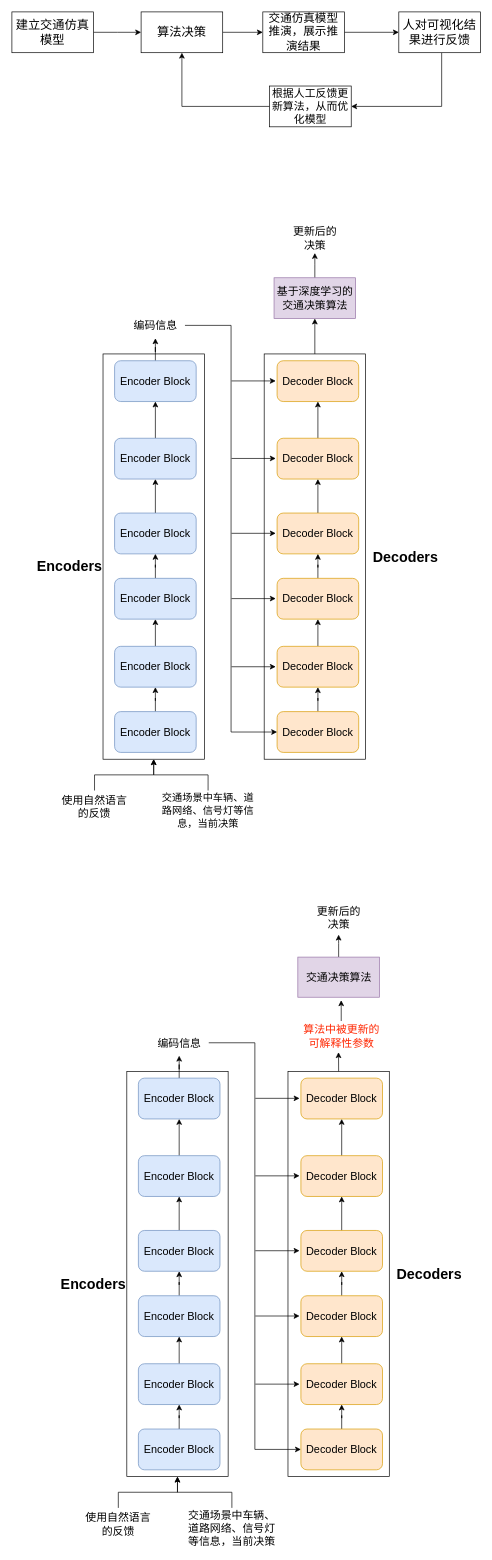
Before: transformer+traffic_predict.drawio in lmqqqqqq/drawio, a draw.io diagram. Source tidied: cells renumbered, new cells numbered last; positions are measured from the earlier drawing's top-left corner, leaving out a move shared by most shapes. Both pictures are drawn from the tidied source at 68%, with x=0, y=0 at pixel (12, 12).
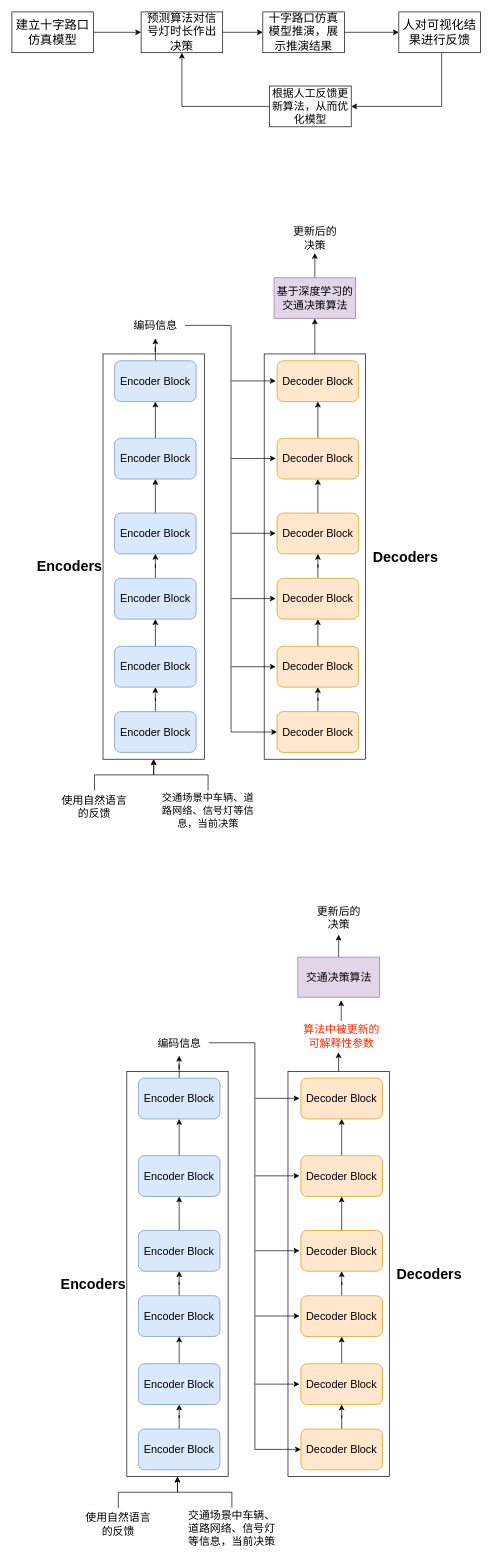
The same page after the edit.

The edit, as a diff of the source:
```diff
@@
-    <mxCell id="3" value="&lt;font style=&quot;font-size: 18px;&quot;&gt;建立交通仿真模型&lt;/font&gt;" style="rounded=0;whiteSpace=wrap;html=1;" parent="1" vertex="1">
+    <mxCell id="3" value="&lt;font style=&quot;font-size: 18px;&quot;&gt;建立十字路口仿真模型&lt;/font&gt;" style="rounded=0;whiteSpace=wrap;html=1;" parent="1" vertex="1">
       <mxGeometry width="120" height="60" as="geometry" />
     </mxCell>
@@
-    <mxCell id="5" value="&lt;font style=&quot;font-size: 18px;&quot;&gt;算法决策&lt;/font&gt;" style="rounded=0;whiteSpace=wrap;html=1;" parent="1" vertex="1">
+    <mxCell id="5" value="&lt;font style=&quot;font-size: 17px;&quot;&gt;预测算法对信号灯时长作出决策&lt;/font&gt;" style="rounded=0;whiteSpace=wrap;html=1;" parent="1" vertex="1">
       <mxGeometry x="190" width="120" height="60" as="geometry" />
     </mxCell>
@@
-    <mxCell id="7" value="&lt;font style=&quot;font-size: 17px;&quot;&gt;交通仿真模型推演，展示推演结果&lt;/font&gt;" style="rounded=0;whiteSpace=wrap;html=1;fontSize=17;" parent="1" vertex="1">
+    <mxCell id="7" value="&lt;font style=&quot;font-size: 17px;&quot;&gt;十字路口仿真模型推演，展示推演结果&lt;/font&gt;" style="rounded=0;whiteSpace=wrap;html=1;fontSize=17;" parent="1" vertex="1">
       <mxGeometry x="369" width="120" height="60" as="geometry" />
     </mxCell>
```
